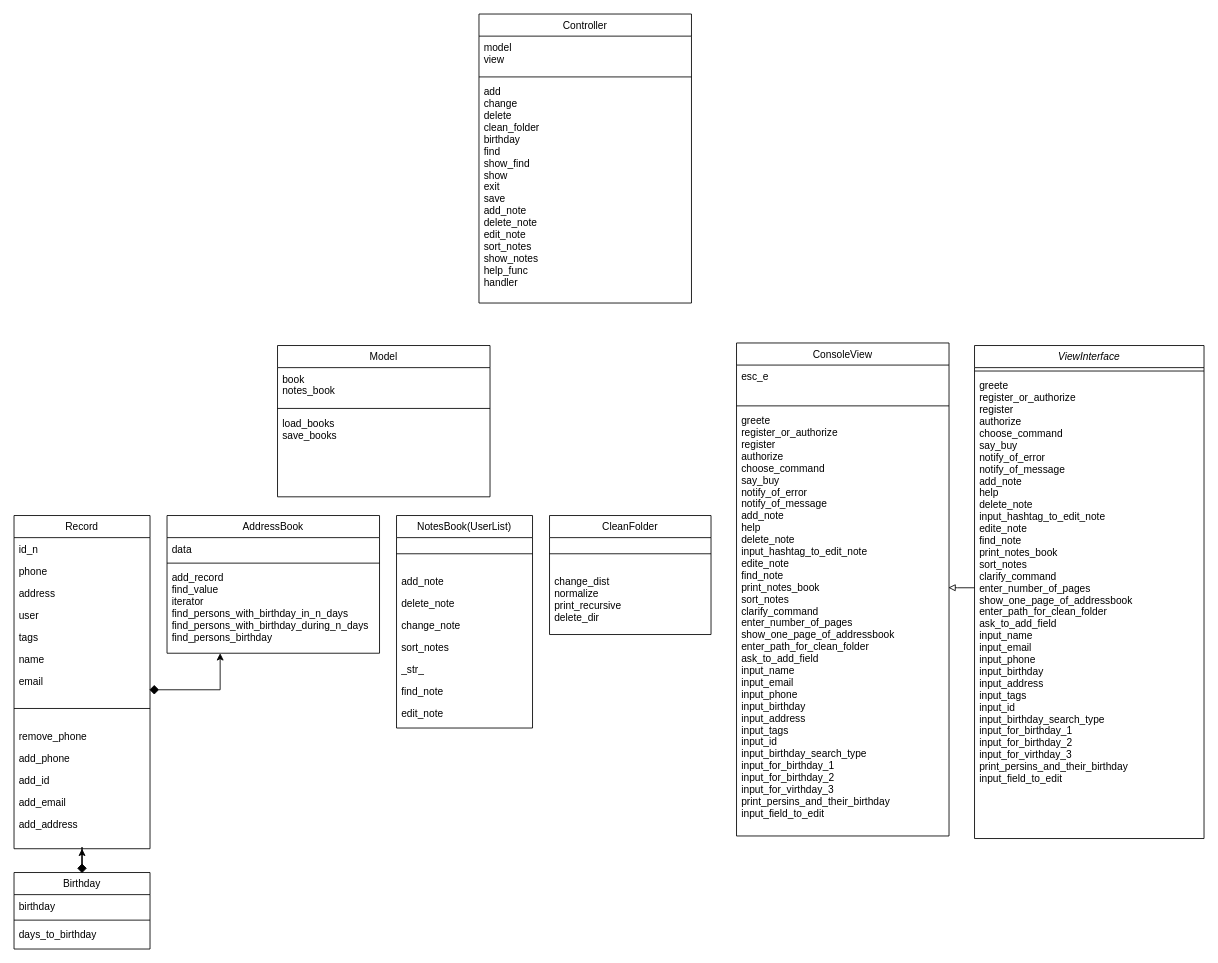
The draw.io diagram page "Current" (2 of 2) of Classes Diagram.drawio in anna-khodyka/Helper-project, before the edit. Source tidied: cells renumbered, new cells numbered last; positions are measured from the earlier drawing's top-left corner, leaving out a move shared by most shapes. Both pictures are drawn from the tidied source at 85%, with x=0, y=0 at pixel (14, 14).
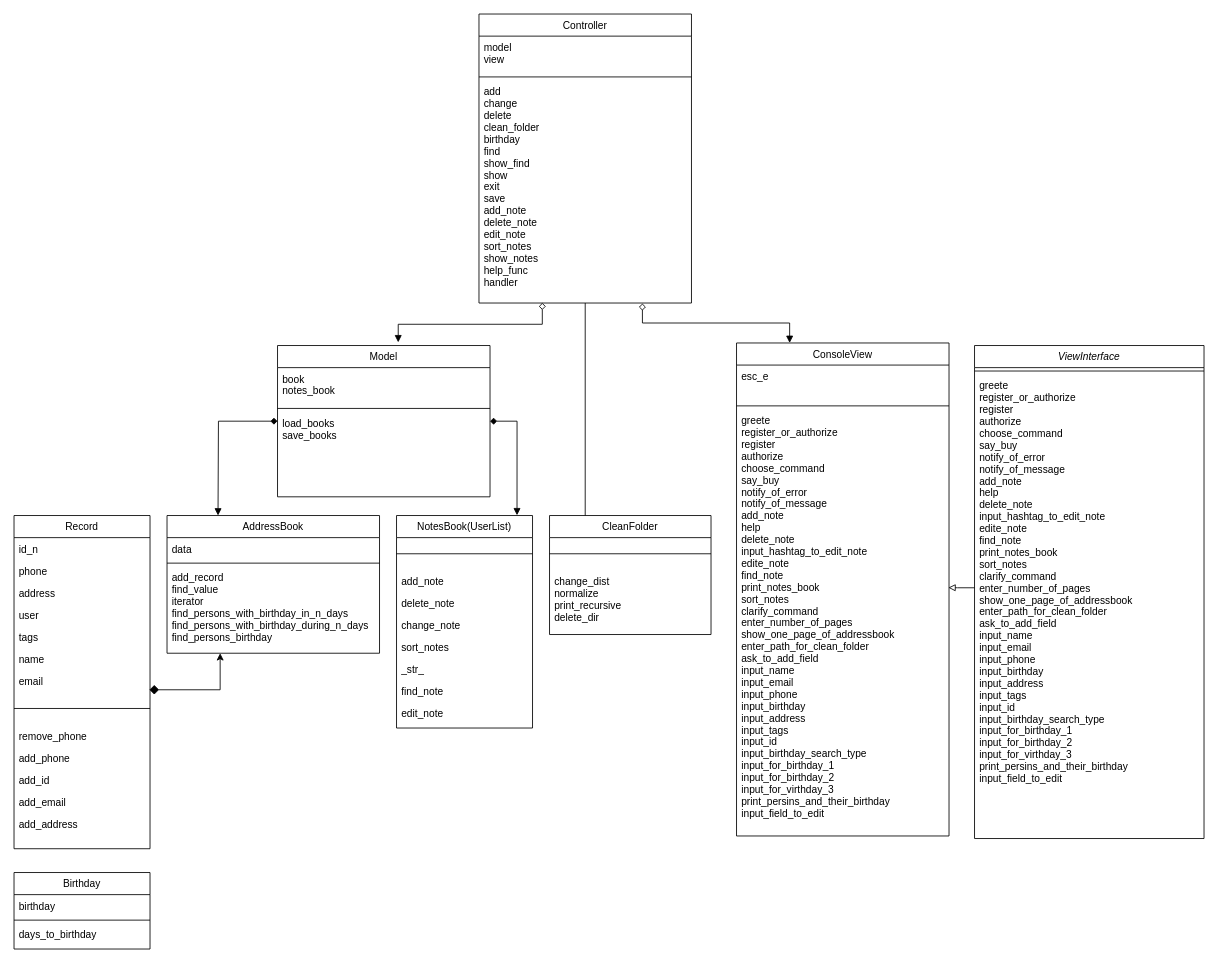
The same page after the edit.

Commit message:
Adding links between Classes

Unchanged cells that the change refers to:
```xml
<mxCell id="2" value="Record" style="swimlane;fontStyle=0;align=center;verticalAlign=top;horizontal=1;startSize=26;rounded=0;shadow=0;strokeWidth=1;" parent="1" vertex="1">
  <mxGeometry y="590" width="160" height="392" as="geometry" />
</mxCell>
<mxCell id="24" value="NotesBook(UserList)" style="swimlane;fontStyle=0;align=center;verticalAlign=top;horizontal=1;startSize=26;rounded=0;shadow=0;strokeWidth=1;" parent="1" vertex="1">
  <mxGeometry x="450" y="590" width="160" height="250" as="geometry" />
</mxCell>
<mxCell id="37" value="CleanFolder" style="swimlane;fontStyle=0;align=center;verticalAlign=top;horizontal=1;startSize=26;rounded=0;shadow=0;strokeWidth=1;" parent="1" vertex="1">
  <mxGeometry x="630" y="590" width="190" height="140" as="geometry" />
</mxCell>
<mxCell id="40" value="Model" style="swimlane;fontStyle=0;align=center;verticalAlign=top;horizontal=1;startSize=26;rounded=0;shadow=0;strokeWidth=1;" parent="1" vertex="1">
  <mxGeometry x="310" y="390" width="250" height="178" as="geometry" />
</mxCell>
<mxCell id="43" value="load_books&#10;save_books" style="text;align=left;verticalAlign=top;spacingLeft=4;spacingRight=4;overflow=hidden;points=[[0,0.5],[1,0.5]];portConstraint=eastwest;" parent="40" vertex="1">
  <mxGeometry y="78" width="250" height="100" as="geometry" />
</mxCell>
<mxCell id="44" value="ConsoleView" style="swimlane;fontStyle=0;align=center;verticalAlign=top;horizontal=1;startSize=26;rounded=0;shadow=0;strokeWidth=1;" parent="1" vertex="1">
  <mxGeometry x="850" y="387" width="250" height="580" as="geometry" />
</mxCell>
<mxCell id="52" value="Controller" style="swimlane;fontStyle=0;align=center;verticalAlign=top;horizontal=1;startSize=26;rounded=0;shadow=0;strokeWidth=1;" parent="1" vertex="1">
  <mxGeometry x="547" width="250" height="340" as="geometry" />
</mxCell>
<mxCell id="55" value="add&#10;change&#10;delete&#10;clean_folder&#10;birthday&#10;find&#10;show_find&#10;show&#10;exit&#10;save&#10;add_note&#10;delete_note&#10;edit_note&#10;sort_notes&#10;show_notes&#10;help_func&#10;handler" style="text;align=left;verticalAlign=top;spacingLeft=4;spacingRight=4;overflow=hidden;points=[[0,0.5],[1,0.5]];portConstraint=eastwest;" parent="52" vertex="1">
  <mxGeometry y="78" width="250" height="262" as="geometry" />
</mxCell>
```

What changed in the source:
```diff
@@
-    <mxCell id="33" style="edgeStyle=orthogonalEdgeStyle;rounded=0;jettySize=auto;html=1;entryX=0.5;entryY=1;entryDx=0;entryDy=0;" parent="1" edge="1" source="34" target="2">
-      <mxGeometry relative="1" as="geometry" />
-    </mxCell>
-    <mxCell id="34" style="rhombus;whiteSpace=wrap;html=1;fillColor=#000000;" parent="1" vertex="1">
-      <mxGeometry x="75" y="1000" width="10" height="10" as="geometry" />
-    </mxCell>
@@
+    <mxCell id="56" style="edgeStyle=orthogonalEdgeStyle;rounded=0;jettySize=auto;html=1;startArrow=diamond;startFill=1;endArrow=block;endFill=1;exitX=0;exitY=0.11;exitDx=0;exitDy=0;exitPerimeter=0;" parent="1" edge="1" source="43">
+      <mxGeometry relative="1" as="geometry">
+        <mxPoint x="240" y="590" as="targetPoint" />
+      </mxGeometry>
+    </mxCell>
+    <mxCell id="57" style="edgeStyle=orthogonalEdgeStyle;rounded=0;jettySize=auto;html=1;entryX=0.886;entryY=-0.001;entryDx=0;entryDy=0;entryPerimeter=0;startArrow=diamond;startFill=1;endArrow=block;endFill=1;" parent="1" edge="1" source="40" target="24">
+      <mxGeometry relative="1" as="geometry">
+        <Array as="points">
+          <mxPoint x="592" y="479" />
+        </Array>
+      </mxGeometry>
+    </mxCell>
@@
+    <mxCell id="58" style="edgeStyle=orthogonalEdgeStyle;rounded=0;jettySize=auto;html=1;entryX=0.221;entryY=0;entryDx=0;entryDy=0;entryPerimeter=0;endArrow=none;endFill=0;" parent="1" edge="1" source="52" target="37">
+      <mxGeometry relative="1" as="geometry" />
+    </mxCell>
+    <mxCell id="59" style="edgeStyle=orthogonalEdgeStyle;rounded=0;jettySize=auto;html=1;entryX=0.568;entryY=-0.021;entryDx=0;entryDy=0;entryPerimeter=0;endArrow=block;endFill=1;startArrow=diamond;startFill=0;exitX=0.298;exitY=0.999;exitDx=0;exitDy=0;exitPerimeter=0;" parent="1" edge="1" source="55" target="40">
+      <mxGeometry relative="1" as="geometry" />
+    </mxCell>
+    <mxCell id="60" style="edgeStyle=orthogonalEdgeStyle;rounded=0;jettySize=auto;html=1;entryX=0.25;entryY=0;entryDx=0;entryDy=0;startArrow=diamond;startFill=0;endArrow=block;endFill=1;exitX=0.769;exitY=1.002;exitDx=0;exitDy=0;exitPerimeter=0;" parent="1" edge="1" source="55" target="44">
+      <mxGeometry relative="1" as="geometry" />
+    </mxCell>
```
